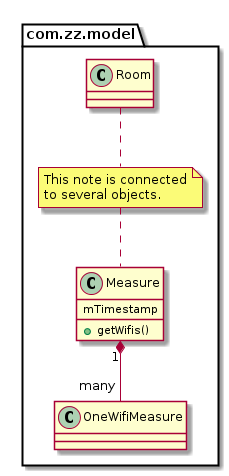
Before: slides/sample_class_diag/sample_class_diag_11measure.png, a diagram exported from PlantUML (nbossard/plantuml_demo). The source it was exported from:
```plantuml
@startuml

	class com.zz.model.Measure {
		mTimestamp
		+ getWifis()
	}
	class com.zz.model.OneWifiMeasure

	com.zz.model.Measure "1" *--  "many" com.zz.model.OneWifiMeasure


	note "This note is connected\nto several objects." as com.zz.model.Note
	com.zz.model.Room .. com.zz.model.Note
	com.zz.model.Note .. com.zz.model.Measure

@enduml
```
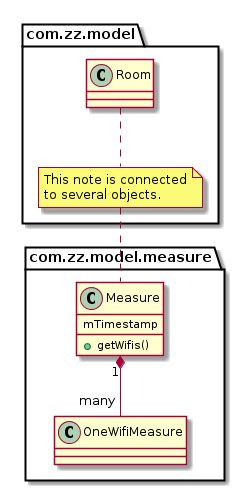
After the commit.

Commit message:
Improving sample class diag

The edit, as a diff of the source:
```diff
@@ -1,16 +1,17 @@
 @startuml
+	package com.zz.model.measure {
+		class com.zz.model.measure.Measure {
+			mTimestamp
+			+ getWifis()
+		}
+		class com.zz.model.measure.OneWifiMeasure
+	}
 
-	class com.zz.model.Measure {
-		mTimestamp
-		+ getWifis()
-	}
-	class com.zz.model.OneWifiMeasure
-
-	com.zz.model.Measure "1" *--  "many" com.zz.model.OneWifiMeasure
+	com.zz.model.measure.Measure "1" *--  "many" com.zz.model.measure.OneWifiMeasure
 
 
 	note "This note is connected\nto several objects." as com.zz.model.Note
 	com.zz.model.Room .. com.zz.model.Note
-	com.zz.model.Note .. com.zz.model.Measure
+	com.zz.model.Note .. com.zz.model.measure.Measure
 
 @enduml
```
